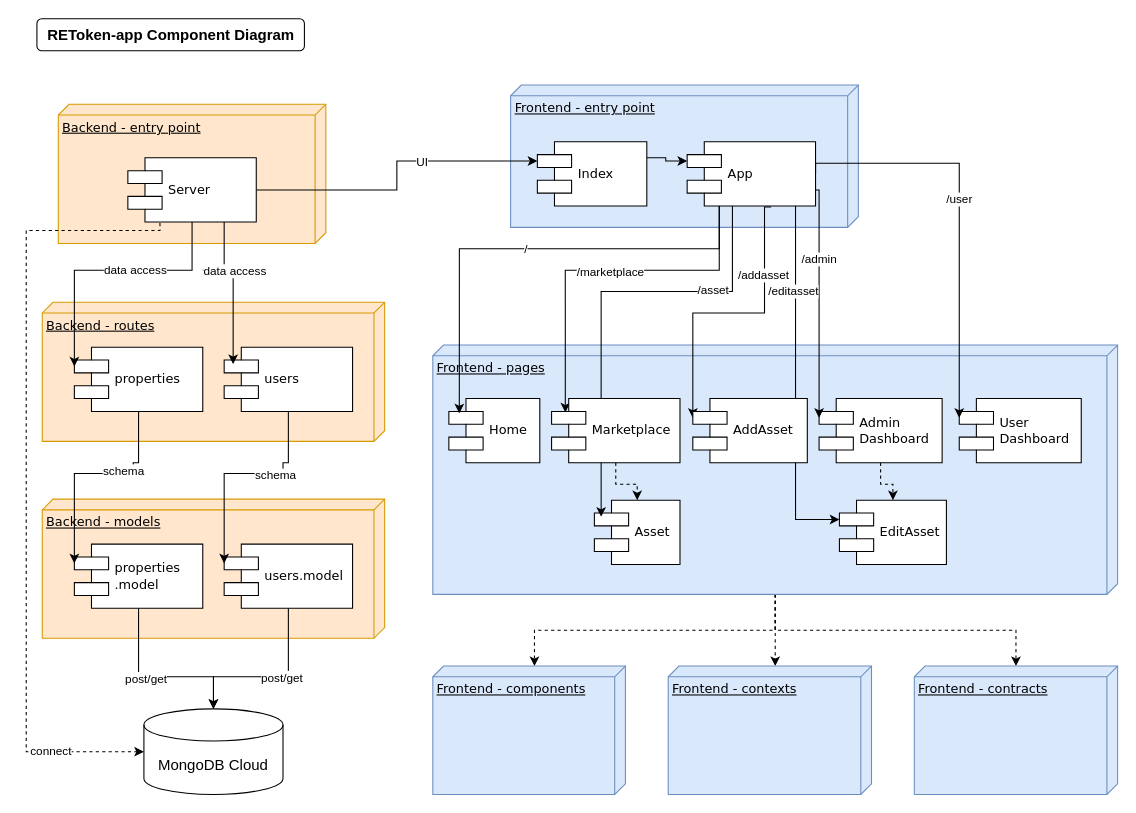
This is page "App" (1 of 3) of documentations/ReToken-Component-Diagram.drawio from ReToken-Co/retoken-app, a draw.io file, before an edit. Source tidied: cells renumbered, new cells numbered last; positions are measured from the earlier drawing's top-left corner, leaving out a move shared by most shapes. Both pictures are drawn from the tidied source at 107%, with x=0, y=0 at pixel (26, 18).
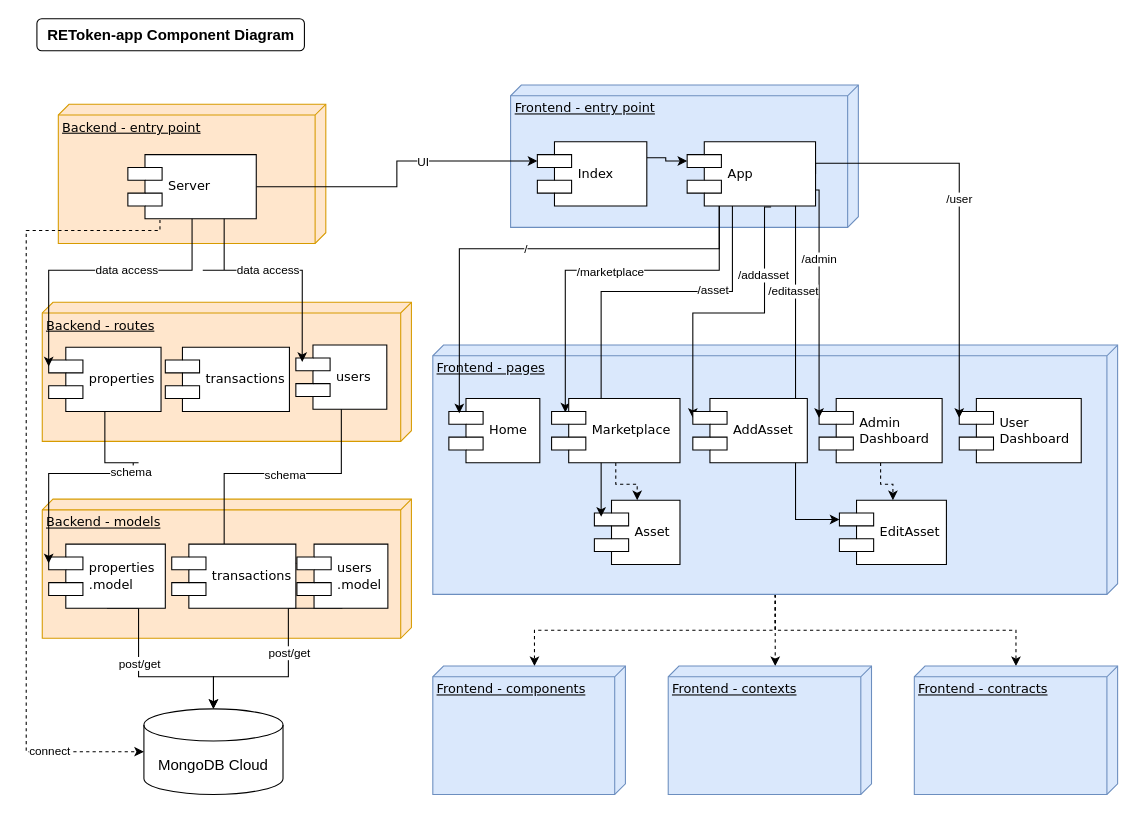
The same diagram, later.

The edit, as a diff of the source:
```diff
@@
     <mxCell id="11" value="Server" style="shape=component;align=left;spacingLeft=36;rounded=0;shadow=0;comic=0;labelBackgroundColor=none;strokeWidth=1;fontFamily=Verdana;fontSize=12;html=1;" parent="1" vertex="1">
-      <mxGeometry x="95" y="130" width="120" height="60" as="geometry" />
+      <mxGeometry x="95" y="127" width="120" height="60" as="geometry" />
     </mxCell>
     <mxCell id="12" value="Backend - routes" style="verticalAlign=top;align=left;spacingTop=8;spacingLeft=2;spacingRight=12;shape=cube;size=10;direction=south;fontStyle=4;html=1;rounded=0;shadow=0;comic=0;labelBackgroundColor=none;strokeWidth=1;fontFamily=Verdana;fontSize=12;fillColor=#ffe6cc;strokeColor=#d79b00;" parent="1" vertex="1">
-      <mxGeometry x="15" y="265" width="320" height="130" as="geometry" />
+      <mxGeometry x="15" y="265" width="345" height="130" as="geometry" />
     </mxCell>
     <mxCell id="13" value="properties" style="shape=component;align=left;spacingLeft=36;rounded=0;shadow=0;comic=0;labelBackgroundColor=none;strokeWidth=1;fontFamily=Verdana;fontSize=12;html=1;" parent="1" vertex="1">
-      <mxGeometry x="45" y="307" width="120" height="60" as="geometry" />
+      <mxGeometry x="21" y="307" width="105" height="60" as="geometry" />
     </mxCell>
     <mxCell id="14" value="users" style="shape=component;align=left;spacingLeft=36;rounded=0;shadow=0;comic=0;labelBackgroundColor=none;strokeWidth=1;fontFamily=Verdana;fontSize=12;html=1;" parent="1" vertex="1">
-      <mxGeometry x="185" y="307" width="120" height="60" as="geometry" />
+      <mxGeometry x="252" y="305" width="85" height="60" as="geometry" />
     </mxCell>
@@
     <mxCell id="19" value="Backend - models" style="verticalAlign=top;align=left;spacingTop=8;spacingLeft=2;spacingRight=12;shape=cube;size=10;direction=south;fontStyle=4;html=1;rounded=0;shadow=0;comic=0;labelBackgroundColor=none;strokeWidth=1;fontFamily=Verdana;fontSize=12;fillColor=#ffe6cc;strokeColor=#d79b00;" parent="1" vertex="1">
-      <mxGeometry x="15" y="449" width="320" height="130" as="geometry" />
+      <mxGeometry x="15" y="449" width="345" height="130" as="geometry" />
     </mxCell>
@@
     <mxCell id="22" value="properties&lt;br&gt;.model" style="shape=component;align=left;spacingLeft=36;rounded=0;shadow=0;comic=0;labelBackgroundColor=none;strokeWidth=1;fontFamily=Verdana;fontSize=12;html=1;" parent="1" vertex="1">
-      <mxGeometry x="45" y="491" width="120" height="60" as="geometry" />
+      <mxGeometry x="21" y="491" width="109" height="60" as="geometry" />
     </mxCell>
@@
-    <mxCell id="25" value="users.model" style="shape=component;align=left;spacingLeft=36;rounded=0;shadow=0;comic=0;labelBackgroundColor=none;strokeWidth=1;fontFamily=Verdana;fontSize=12;html=1;" parent="1" vertex="1">
-      <mxGeometry x="185" y="491" width="120" height="60" as="geometry" />
+    <mxCell id="25" value="users&lt;br&gt;.model" style="shape=component;align=left;spacingLeft=36;rounded=0;shadow=0;comic=0;labelBackgroundColor=none;strokeWidth=1;fontFamily=Verdana;fontSize=12;html=1;" parent="1" vertex="1">
+      <mxGeometry x="253" y="491" width="85" height="60" as="geometry" />
     </mxCell>
@@
     <mxCell id="28" style="edgeStyle=orthogonalEdgeStyle;rounded=0;jettySize=auto;html=1;exitX=0.5;exitY=1;exitDx=0;exitDy=0;entryX=0;entryY=0.3;entryDx=0;entryDy=0;" parent="1" edge="1" source="14" target="25">
       <mxGeometry relative="1" as="geometry">
         <Array as="points">
-          <mxPoint x="245" y="415" />
-          <mxPoint x="240" y="415" />
-          <mxPoint x="240" y="425" />
+          <mxPoint x="295" y="425" />
           <mxPoint x="185" y="425" />
         </Array>
       </mxGeometry>
     </mxCell>
@@
+    <mxCell id="62" value="transactions" style="shape=component;align=left;spacingLeft=36;rounded=0;shadow=0;comic=0;labelBackgroundColor=none;strokeWidth=1;fontFamily=Verdana;fontSize=12;html=1;" parent="1" vertex="1">
+      <mxGeometry x="130" y="307" width="116" height="60" as="geometry" />
+    </mxCell>
+    <mxCell id="63" value="transactions" style="shape=component;align=left;spacingLeft=36;rounded=0;shadow=0;comic=0;labelBackgroundColor=none;strokeWidth=1;fontFamily=Verdana;fontSize=12;html=1;" parent="1" vertex="1">
+      <mxGeometry x="136" y="491" width="116" height="60" as="geometry" />
+    </mxCell>
```
